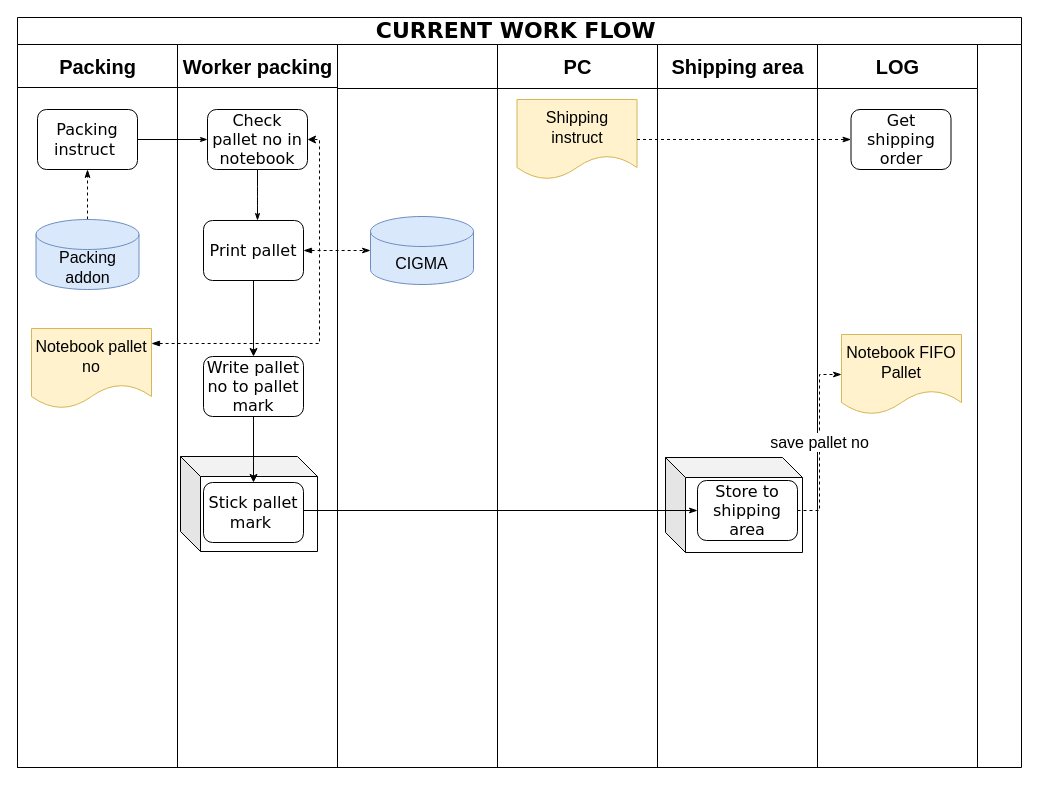
Above: work flow current fifo.drawio in dreegoo/hellotoken (draw.io), before the change. Source tidied: cells renumbered, new cells numbered last; positions are measured from the earlier drawing's top-left corner, leaving out a move shared by most shapes. Both pictures are drawn from the tidied source at 100%, with x=0, y=0 at pixel (17, 17).
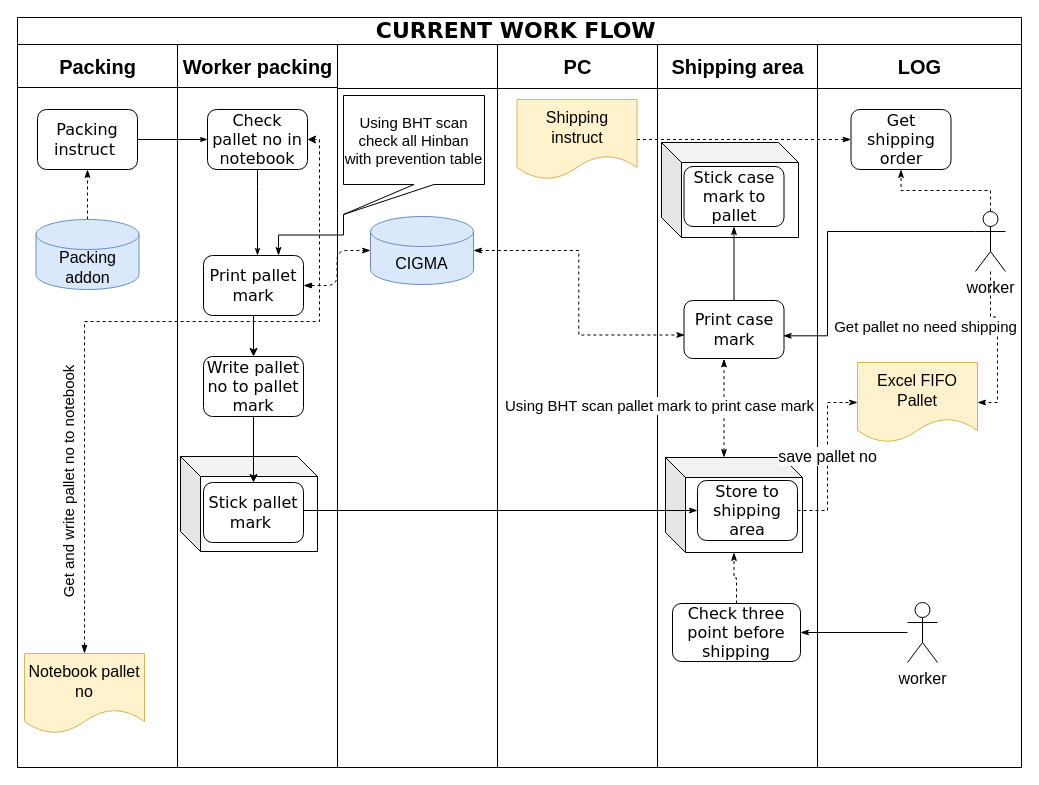
The same diagram, later.

Unchanged cells that the change refers to:
```xml
<mxCell id="2" value="CURRENT WORK FLOW&amp;nbsp;" style="swimlane;html=1;startSize=27;rounded=0;shadow=0;labelBackgroundColor=none;strokeWidth=1;fontFamily=Verdana;fontSize=22;align=center;" parent="1" vertex="1">
  <mxGeometry width="1004" height="750" as="geometry" />
</mxCell>
<mxCell id="3" value="Packing" style="swimlane;html=1;startSize=43;fontSize=20;align=center;" parent="2" vertex="1">
  <mxGeometry y="27" width="160" height="723" as="geometry" />
</mxCell>
<mxCell id="10" value="Worker packing" style="swimlane;html=1;startSize=43;fontSize=20;" parent="2" vertex="1">
  <mxGeometry x="160" y="27" width="160" height="723" as="geometry" />
</mxCell>
<mxCell id="12" value="Check pallet no in notebook" style="rounded=1;whiteSpace=wrap;html=1;shadow=0;labelBackgroundColor=none;strokeWidth=1;fontFamily=Verdana;fontSize=16;align=center;fontStyle=0;" parent="10" vertex="1">
  <mxGeometry x="30" y="65" width="100" height="60" as="geometry" />
</mxCell>
<mxCell id="19" style="swimlane;html=1;startSize=44;fontSize=20;" parent="2" vertex="1">
  <mxGeometry x="320" y="27" width="160" height="723" as="geometry" />
</mxCell>
<mxCell id="20" value="CIGMA" style="shape=cylinder3;whiteSpace=wrap;html=1;boundedLbl=1;backgroundOutline=1;size=15;fontSize=16;align=center;labelBackgroundColor=none;fillColor=#dae8fc;strokeColor=#6c8ebf;" parent="19" vertex="1">
  <mxGeometry x="33" y="172" width="103" height="68" as="geometry" />
</mxCell>
<mxCell id="24" value="Shipping area" style="swimlane;html=1;startSize=44;fontSize=20;" parent="2" vertex="1">
  <mxGeometry x="640" y="27" width="160" height="723" as="geometry" />
</mxCell>
<mxCell id="25" style="shape=cube;whiteSpace=wrap;html=1;boundedLbl=1;backgroundOutline=1;darkOpacity=0.05;darkOpacity2=0.1;labelBackgroundColor=none;fontSize=16;align=center;" parent="24" vertex="1">
  <mxGeometry x="8" y="413" width="137" height="95" as="geometry" />
</mxCell>
<mxCell id="28" value="Get shipping order" style="rounded=1;whiteSpace=wrap;html=1;shadow=0;labelBackgroundColor=none;strokeWidth=1;fontFamily=Verdana;fontSize=16;align=center;fontStyle=0;" parent="27" vertex="1">
  <mxGeometry x="33.5" y="65" width="100" height="60" as="geometry" />
</mxCell>
```

Diff of the diagram source:
```diff
@@
     <mxCell id="7" value="Notebook pallet no" style="shape=document;whiteSpace=wrap;html=1;boundedLbl=1;fontSize=16;align=center;fillColor=#fff2cc;strokeColor=#d6b656;" parent="3" vertex="1">
-      <mxGeometry x="14" y="284" width="120" height="80" as="geometry" />
+      <mxGeometry x="7" y="609" width="120" height="80" as="geometry" />
     </mxCell>
@@
-    <mxCell id="14" value="Print pallet" style="rounded=1;whiteSpace=wrap;html=1;shadow=0;labelBackgroundColor=none;strokeWidth=1;fontFamily=Verdana;fontSize=16;align=center;fontStyle=0;" parent="10" vertex="1">
-      <mxGeometry x="26" y="176" width="100" height="60" as="geometry" />
+    <mxCell id="14" value="Print pallet mark" style="rounded=1;whiteSpace=wrap;html=1;shadow=0;labelBackgroundColor=none;strokeWidth=1;fontFamily=Verdana;fontSize=16;align=center;fontStyle=0;" parent="10" vertex="1">
+      <mxGeometry x="26" y="211" width="100" height="60" as="geometry" />
     </mxCell>
@@
+    <mxCell id="33" value="Using BHT scan check all Hinban with prevention table" style="shape=callout;whiteSpace=wrap;html=1;perimeter=calloutPerimeter;labelBackgroundColor=none;fontSize=15;align=center;position2=0;" parent="19" vertex="1">
+      <mxGeometry x="6" y="51" width="141" height="119" as="geometry" />
+    </mxCell>
@@
+    <mxCell id="34" style="shape=cube;whiteSpace=wrap;html=1;boundedLbl=1;backgroundOutline=1;darkOpacity=0.05;darkOpacity2=0.1;labelBackgroundColor=none;fontSize=16;align=center;" parent="24" vertex="1">
+      <mxGeometry x="4" y="98" width="137" height="95" as="geometry" />
+    </mxCell>
+    <mxCell id="35" value="Using BHT scan pallet mark to print case mark" style="edgeStyle=orthogonalEdgeStyle;rounded=0;jettySize=auto;html=1;exitX=0;exitY=0;exitDx=58.5;exitDy=0;exitPerimeter=0;entryX=0.4;entryY=1.006;entryDx=0;entryDy=0;entryPerimeter=0;dashed=1;startArrow=classicThin;startFill=1;endArrow=classicThin;endFill=1;fontSize=15;" parent="24" edge="1" source="25" target="37">
+      <mxGeometry x="0.06" y="65" relative="1" as="geometry" />
+    </mxCell>
@@
+    <mxCell id="36" style="edgeStyle=orthogonalEdgeStyle;rounded=0;jettySize=auto;html=1;exitX=0.5;exitY=0;exitDx=0;exitDy=0;startArrow=none;startFill=0;endArrow=classicThin;endFill=1;fontSize=15;" parent="24" edge="1" source="37" target="38">
+      <mxGeometry relative="1" as="geometry" />
+    </mxCell>
+    <mxCell id="37" value="Print case mark" style="rounded=1;whiteSpace=wrap;html=1;shadow=0;labelBackgroundColor=none;strokeWidth=1;fontFamily=Verdana;fontSize=16;align=center;fontStyle=0;" parent="24" vertex="1">
+      <mxGeometry x="26.5" y="256" width="100" height="58" as="geometry" />
+    </mxCell>
+    <mxCell id="38" value="Stick case mark to pallet" style="rounded=1;whiteSpace=wrap;html=1;shadow=0;labelBackgroundColor=none;strokeWidth=1;fontFamily=Verdana;fontSize=16;align=center;fontStyle=0;" parent="24" vertex="1">
+      <mxGeometry x="26.5" y="122" width="100" height="60" as="geometry" />
+    </mxCell>
+    <mxCell id="39" style="edgeStyle=orthogonalEdgeStyle;rounded=0;jettySize=auto;html=1;exitX=0.5;exitY=0;exitDx=0;exitDy=0;startArrow=none;startFill=0;endArrow=classicThin;endFill=1;fontSize=15;dashed=1;" parent="24" edge="1" source="40" target="25">
+      <mxGeometry relative="1" as="geometry" />
+    </mxCell>
+    <mxCell id="40" value="Check three point before shipping" style="rounded=1;whiteSpace=wrap;html=1;shadow=0;labelBackgroundColor=none;strokeWidth=1;fontFamily=Verdana;fontSize=16;align=center;fontStyle=0;" parent="24" vertex="1">
+      <mxGeometry x="15" y="559" width="128" height="58" as="geometry" />
+    </mxCell>
     <mxCell id="27" value="LOG" style="swimlane;html=1;startSize=44;fontSize=20;" parent="2" vertex="1">
-      <mxGeometry x="800" y="27" width="160" height="723" as="geometry" />
+      <mxGeometry x="800" y="27" width="204" height="723" as="geometry" />
     </mxCell>
@@
-    <mxCell id="29" value="Notebook FIFO Pallet" style="shape=document;whiteSpace=wrap;html=1;boundedLbl=1;fontSize=16;align=center;fillColor=#fff2cc;strokeColor=#d6b656;" parent="27" vertex="1">
-      <mxGeometry x="24" y="290" width="120" height="80" as="geometry" />
+    <mxCell id="29" value="Excel FIFO Pallet" style="shape=document;whiteSpace=wrap;html=1;boundedLbl=1;fontSize=16;align=center;fillColor=#fff2cc;strokeColor=#d6b656;" parent="27" vertex="1">
+      <mxGeometry x="40" y="318" width="120" height="80" as="geometry" />
     </mxCell>
+    <mxCell id="41" style="edgeStyle=orthogonalEdgeStyle;rounded=0;jettySize=auto;html=1;exitX=0.5;exitY=0;exitDx=0;exitDy=0;exitPerimeter=0;entryX=0.5;entryY=1;entryDx=0;entryDy=0;dashed=1;startArrow=none;startFill=0;endArrow=classicThin;endFill=1;fontSize=16;" parent="27" edge="1" source="44" target="28">
+      <mxGeometry relative="1" as="geometry" />
+    </mxCell>
+    <mxCell id="42" style="edgeStyle=orthogonalEdgeStyle;rounded=0;jettySize=auto;html=1;entryX=1;entryY=0.5;entryDx=0;entryDy=0;dashed=1;startArrow=none;startFill=0;endArrow=classicThin;endFill=1;fontSize=16;" parent="27" edge="1" source="44" target="29">
+      <mxGeometry relative="1" as="geometry" />
+    </mxCell>
+    <mxCell id="43" value="Get pallet no need shipping" style="edgeLabel;html=1;align=center;verticalAlign=middle;fontSize=15;" parent="42" vertex="1">
+      <mxGeometry x="-0.34" relative="1" as="geometry">
+        <mxPoint x="-72.3" y="8.5" as="offset" />
+      </mxGeometry>
+    </mxCell>
+    <mxCell id="44" value="worker" style="shape=umlActor;verticalLabelPosition=bottom;verticalAlign=top;html=1;outlineConnect=0;labelBackgroundColor=none;fontSize=16;align=center;" parent="27" vertex="1">
+      <mxGeometry x="158" y="167" width="30" height="60" as="geometry" />
+    </mxCell>
+    <mxCell id="45" value="worker" style="shape=umlActor;verticalLabelPosition=bottom;verticalAlign=top;html=1;outlineConnect=0;labelBackgroundColor=none;fontSize=16;align=center;" parent="27" vertex="1">
+      <mxGeometry x="90" y="558" width="30" height="60" as="geometry" />
+    </mxCell>
     <mxCell id="30" style="edgeStyle=orthogonalEdgeStyle;rounded=0;jettySize=auto;html=1;entryX=1;entryY=0.5;entryDx=0;entryDy=0;fontSize=16;startArrow=blockThin;startFill=1;dashed=1;" parent="2" edge="1" source="7" target="12">
       <mxGeometry relative="1" as="geometry">
         <Array as="points">
-          <mxPoint x="302" y="326" />
+          <mxPoint x="67" y="304" />
+          <mxPoint x="302" y="304" />
           <mxPoint x="302" y="122" />
         </Array>
       </mxGeometry>
     </mxCell>
+    <mxCell id="46" value="Get and write pallet no to notebook" style="edgeLabel;html=1;align=center;verticalAlign=middle;fontSize=15;horizontal=0;" parent="30" vertex="1">
+      <mxGeometry x="0.02" y="-1" relative="1" as="geometry">
+        <mxPoint x="-73.5" y="160" as="offset" />
+      </mxGeometry>
+    </mxCell>
@@
+    <mxCell id="47" style="edgeStyle=orthogonalEdgeStyle;rounded=0;jettySize=auto;html=1;exitX=0;exitY=0;exitDx=0;exitDy=118.99999999999999;exitPerimeter=0;entryX=0.75;entryY=0;entryDx=0;entryDy=0;startArrow=none;startFill=0;endArrow=classicThin;endFill=1;fontSize=15;" parent="2" edge="1" source="33" target="14">
+      <mxGeometry relative="1" as="geometry" />
+    </mxCell>
+    <mxCell id="48" style="edgeStyle=orthogonalEdgeStyle;rounded=0;jettySize=auto;html=1;exitX=1;exitY=0.5;exitDx=0;exitDy=0;exitPerimeter=0;startArrow=classicThin;startFill=1;endArrow=classicThin;endFill=1;fontSize=15;dashed=1;entryX=0.008;entryY=0.595;entryDx=0;entryDy=0;entryPerimeter=0;" parent="2" edge="1" source="20" target="37">
+      <mxGeometry relative="1" as="geometry" />
+    </mxCell>
+    <mxCell id="49" style="edgeStyle=orthogonalEdgeStyle;rounded=0;jettySize=auto;html=1;exitX=0;exitY=0.3333333333333333;exitDx=0;exitDy=0;exitPerimeter=0;startArrow=none;startFill=0;endArrow=classicThin;endFill=1;fontSize=15;entryX=0.992;entryY=0.609;entryDx=0;entryDy=0;entryPerimeter=0;" parent="2" edge="1" source="44" target="37">
+      <mxGeometry relative="1" as="geometry">
+        <Array as="points">
+          <mxPoint x="810" y="214" />
+          <mxPoint x="810" y="318" />
+        </Array>
+      </mxGeometry>
+    </mxCell>
+    <mxCell id="50" style="edgeStyle=orthogonalEdgeStyle;rounded=0;jettySize=auto;html=1;entryX=1;entryY=0.5;entryDx=0;entryDy=0;startArrow=none;startFill=0;endArrow=classicThin;endFill=1;fontSize=15;" parent="2" edge="1" source="45" target="40">
+      <mxGeometry relative="1" as="geometry" />
+    </mxCell>
```
